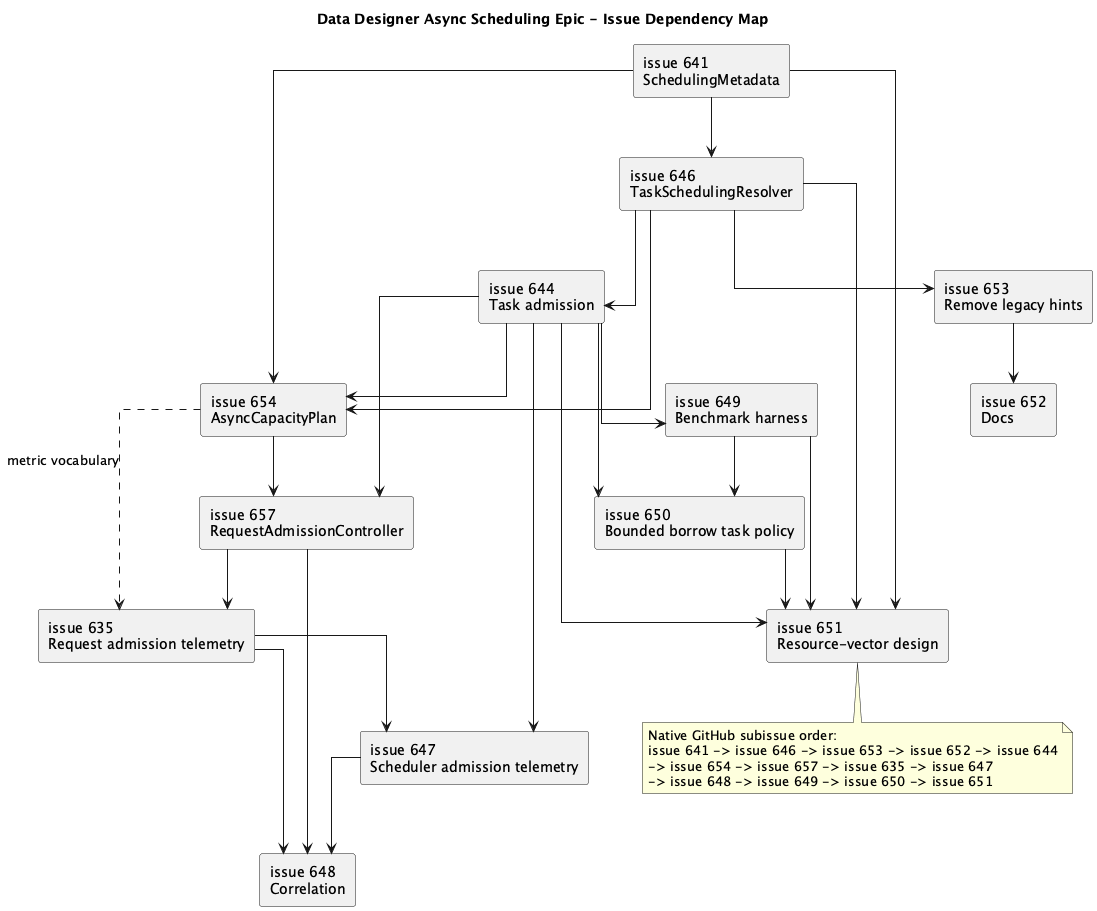
This is architecture/async-scheduling/AsyncSchedulingEpicIssueMap.png from NVIDIA-NeMo/DataDesigner, a PlantUML export, as it was before one commit. Its diagram source:
```plantuml
@startuml AsyncSchedulingEpicIssueMap
title Data Designer Async Scheduling Epic - Issue Dependency Map

skinparam componentStyle rectangle
skinparam shadowing false
skinparam linetype ortho

component "issue 641\nSchedulingMetadata" as I641
component "issue 646\nTaskSchedulingResolver" as I646
component "issue 653\nRemove legacy hints" as I653
component "issue 652\nDocs" as I652
component "issue 644\nTask admission" as I644
component "issue 654\nAsyncCapacityPlan" as I654
component "issue 657\nRequestAdmissionController" as I657
component "issue 635\nRequest admission telemetry" as I635
component "issue 647\nScheduler admission telemetry" as I647
component "issue 648\nCorrelation" as I648
component "issue 649\nBenchmark harness" as I649
component "issue 650\nBounded borrow task policy" as I650
component "issue 651\nResource-vector design" as I651

I641 --> I646
I646 --> I653
I653 --> I652
I646 --> I644
I641 --> I654
I646 --> I654
I644 --> I654
I654 --> I657
I644 --> I657
I657 --> I635
I654 ..> I635 : metric vocabulary
I644 --> I647
I635 --> I647
I657 --> I648
I635 --> I648
I647 --> I648
I644 --> I649
I649 --> I650
I644 --> I650
I641 --> I651
I646 --> I651
I644 --> I651
I649 --> I651
I650 --> I651

note bottom
  Native GitHub subissue order:
  issue 641 -> issue 646 -> issue 653 -> issue 652 -> issue 644
  -> issue 654 -> issue 657 -> issue 635 -> issue 647
  -> issue 648 -> issue 649 -> issue 650 -> issue 651
end note

@enduml
```
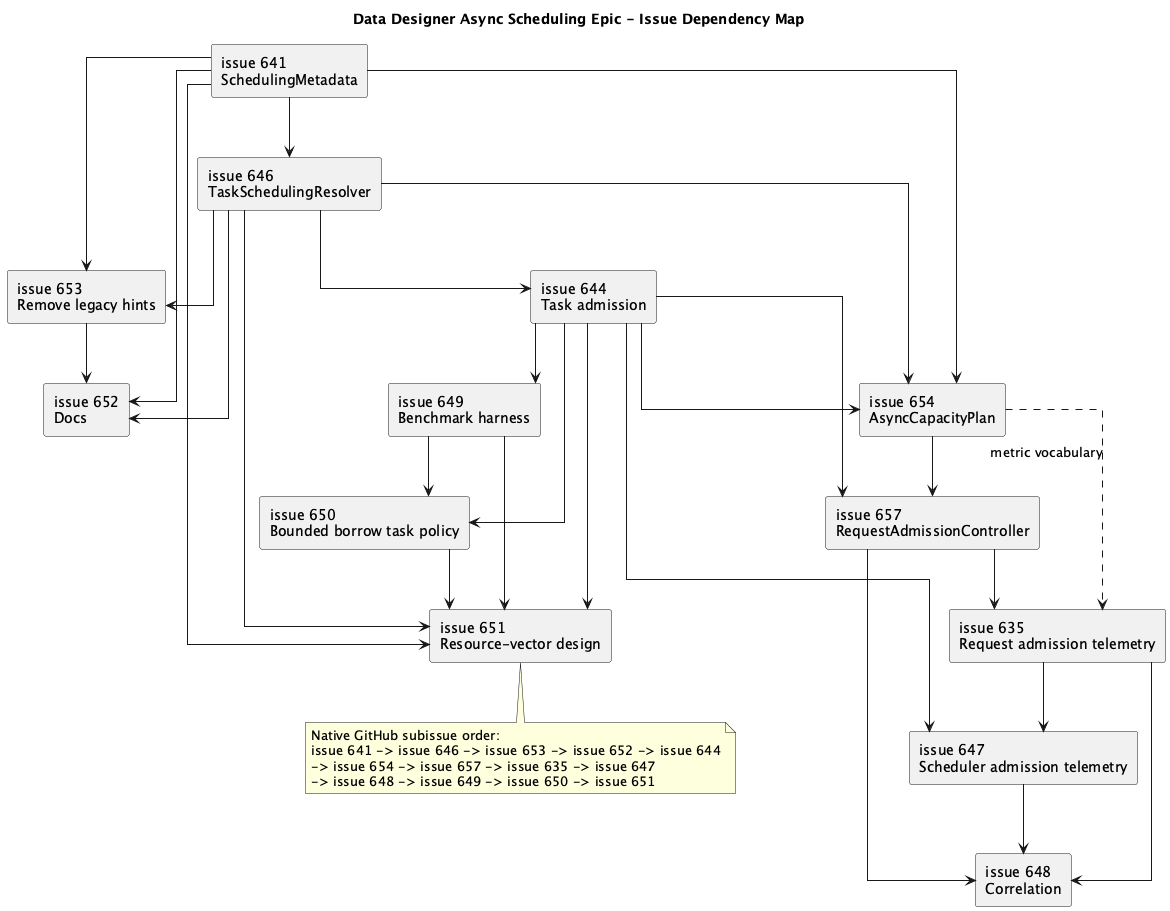
The same file after the commit.

Commit message:
docs: align async scheduling issue map

What changed in the source:
```diff
@@ -20,7 +20,10 @@
 component "issue 651\nResource-vector design" as I651
 
 I641 --> I646
+I641 --> I653
+I641 --> I652
 I646 --> I653
+I646 --> I652
 I653 --> I652
 I646 --> I644
 I641 --> I654
```
